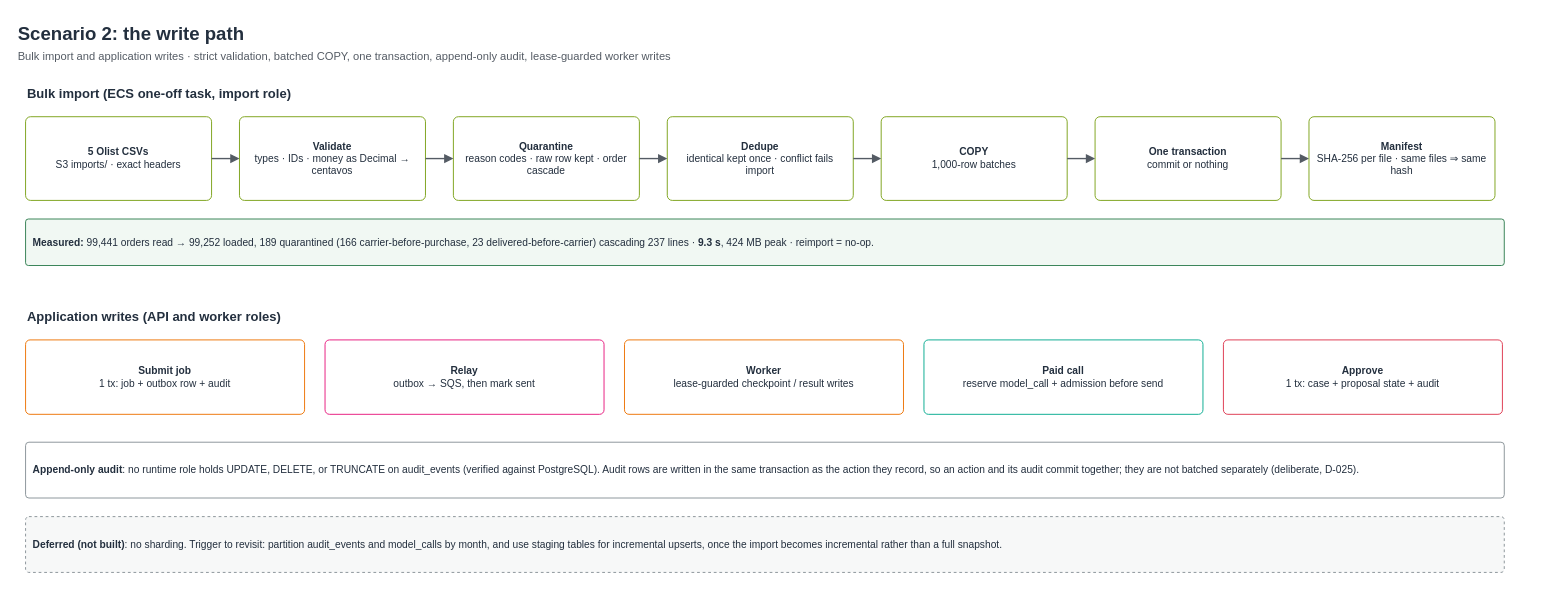
The draw.io diagram docs/diagrams/write-path.drawio in abh2050/ontology-ops, before the edit. Source tidied: cells renumbered, new cells numbered last; positions are measured from the earlier drawing's top-left corner, leaving out a move shared by most shapes. Both pictures are drawn from the tidied source at 93%, with x=0, y=0 at pixel (16, 16).
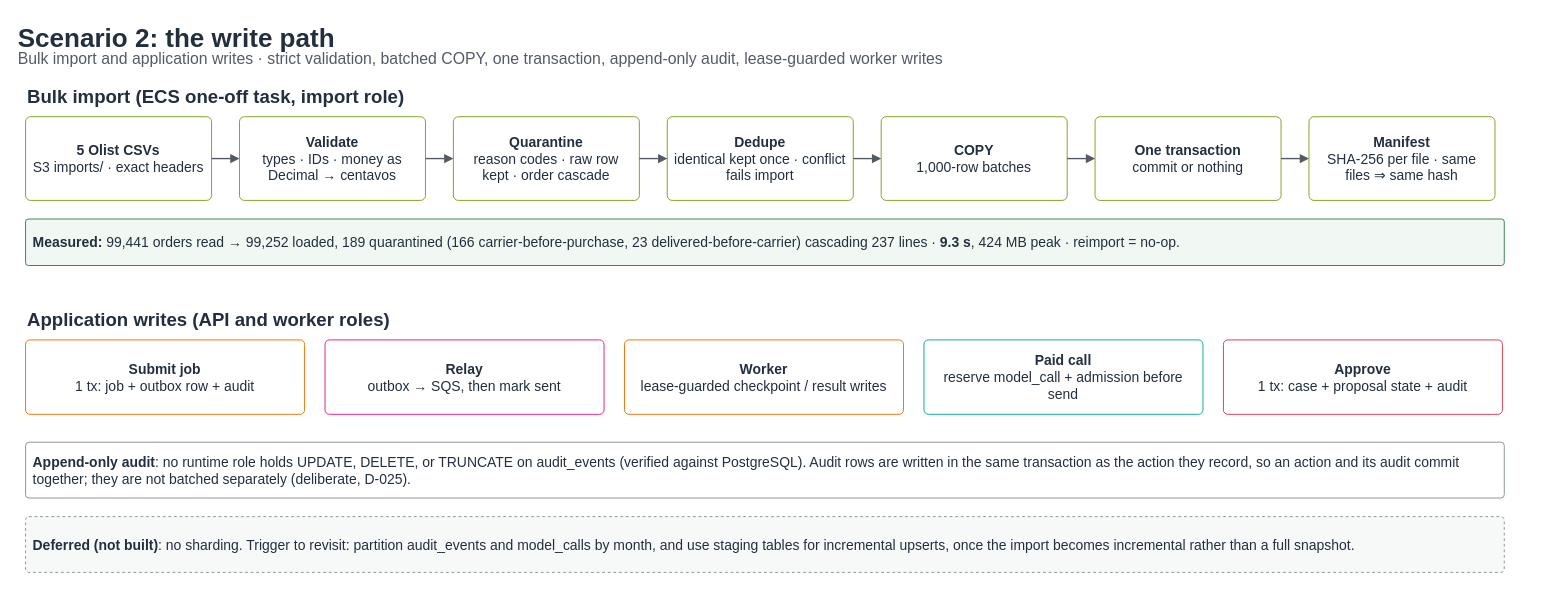
The same diagram, later.

Diff of the diagram source:
```diff
@@
-    <mxCell id="2" value="&lt;b&gt;Scenario 2: the write path&lt;/b&gt;" style="text;html=1;align=left;verticalAlign=top;whiteSpace=wrap;fontSize=20;fontColor=#232F3E;fontStyle=0;" parent="1" vertex="1">
+    <mxCell id="2" value="&lt;b&gt;Scenario 2: the write path&lt;/b&gt;" style="text;html=1;align=left;verticalAlign=top;whiteSpace=wrap;fontSize=28;fontColor=#232F3E;fontStyle=0;" parent="1" vertex="1">
       <mxGeometry width="1640" height="30" as="geometry" />
     </mxCell>
-    <mxCell id="3" value="Bulk import and application writes · strict validation, batched COPY, one transaction, append-only audit, lease-guarded worker writes" style="text;html=1;align=left;verticalAlign=top;whiteSpace=wrap;fontSize=12;fontColor=#545B64;fontStyle=0;" parent="1" vertex="1">
+    <mxCell id="3" value="Bulk import and application writes · strict validation, batched COPY, one transaction, append-only audit, lease-guarded worker writes" style="text;html=1;align=left;verticalAlign=top;whiteSpace=wrap;fontSize=17;fontColor=#545B64;fontStyle=0;" parent="1" vertex="1">
       <mxGeometry y="30" width="1640" height="22" as="geometry" />
     </mxCell>
-    <mxCell id="4" value="&lt;b&gt;Bulk import (ECS one-off task, import role)&lt;/b&gt;" style="text;html=1;align=left;verticalAlign=top;whiteSpace=wrap;fontSize=14;fontColor=#232F3E;fontStyle=0;" parent="1" vertex="1">
+    <mxCell id="4" value="&lt;b&gt;Bulk import (ECS one-off task, import role)&lt;/b&gt;" style="text;html=1;align=left;verticalAlign=top;whiteSpace=wrap;fontSize=20;fontColor=#232F3E;fontStyle=0;" parent="1" vertex="1">
       <mxGeometry x="10" y="68" width="700" height="24" as="geometry" />
     </mxCell>
-    <mxCell id="5" value="&lt;b&gt;5 Olist CSVs&lt;/b&gt;&lt;br&gt;S3 imports/ · exact headers" style="rounded=1;arcSize=6;whiteSpace=wrap;html=1;strokeColor=#7AA116;fillColor=#FFFFFF;fontColor=#232F3E;dashed=0;fontSize=11;align=center;verticalAlign=middle;spacing=8;fontStyle=0;" parent="1" vertex="1">
+    <mxCell id="5" value="&lt;b&gt;5 Olist CSVs&lt;/b&gt;&lt;br&gt;S3 imports/ · exact headers" style="rounded=1;arcSize=6;whiteSpace=wrap;html=1;strokeColor=#7AA116;fillColor=#FFFFFF;fontColor=#232F3E;dashed=0;fontSize=15;align=center;verticalAlign=middle;spacing=8;fontStyle=0;" parent="1" vertex="1">
       <mxGeometry x="10" y="108" width="200" height="90" as="geometry" />
     </mxCell>
-    <mxCell id="6" value="&lt;b&gt;Validate&lt;/b&gt;&lt;br&gt;types · IDs · money as Decimal → centavos" style="rounded=1;arcSize=6;whiteSpace=wrap;html=1;strokeColor=#7AA116;fillColor=#FFFFFF;fontColor=#232F3E;dashed=0;fontSize=11;align=center;verticalAlign=middle;spacing=8;fontStyle=0;" parent="1" vertex="1">
+    <mxCell id="6" value="&lt;b&gt;Validate&lt;/b&gt;&lt;br&gt;types · IDs · money as Decimal → centavos" style="rounded=1;arcSize=6;whiteSpace=wrap;html=1;strokeColor=#7AA116;fillColor=#FFFFFF;fontColor=#232F3E;dashed=0;fontSize=15;align=center;verticalAlign=middle;spacing=8;fontStyle=0;" parent="1" vertex="1">
       <mxGeometry x="240" y="108" width="200" height="90" as="geometry" />
     </mxCell>
-    <mxCell id="7" style="edgeStyle=orthogonalEdgeStyle;rounded=1;html=1;endArrow=block;endFill=1;strokeColor=#545B64;strokeWidth=1.5;dashed=0;fontSize=10;labelBackgroundColor=#ffffff;fontColor=#232F3E;" parent="1" edge="1" source="5" target="6">
+    <mxCell id="7" style="edgeStyle=orthogonalEdgeStyle;rounded=1;html=1;endArrow=block;endFill=1;strokeColor=#545B64;strokeWidth=1.5;dashed=0;fontSize=14;labelBackgroundColor=#ffffff;fontColor=#232F3E;" parent="1" edge="1" source="5" target="6">
       <mxGeometry relative="1" as="geometry" />
     </mxCell>
-    <mxCell id="8" value="&lt;b&gt;Quarantine&lt;/b&gt;&lt;br&gt;reason codes · raw row kept · order cascade" style="rounded=1;arcSize=6;whiteSpace=wrap;html=1;strokeColor=#7AA116;fillColor=#FFFFFF;fontColor=#232F3E;dashed=0;fontSize=11;align=center;verticalAlign=middle;spacing=8;fontStyle=0;" parent="1" vertex="1">
+    <mxCell id="8" value="&lt;b&gt;Quarantine&lt;/b&gt;&lt;br&gt;reason codes · raw row kept · order cascade" style="rounded=1;arcSize=6;whiteSpace=wrap;html=1;strokeColor=#7AA116;fillColor=#FFFFFF;fontColor=#232F3E;dashed=0;fontSize=15;align=center;verticalAlign=middle;spacing=8;fontStyle=0;" parent="1" vertex="1">
       <mxGeometry x="470" y="108" width="200" height="90" as="geometry" />
     </mxCell>
-    <mxCell id="9" style="edgeStyle=orthogonalEdgeStyle;rounded=1;html=1;endArrow=block;endFill=1;strokeColor=#545B64;strokeWidth=1.5;dashed=0;fontSize=10;labelBackgroundColor=#ffffff;fontColor=#232F3E;" parent="1" edge="1" source="6" target="8">
+    <mxCell id="9" style="edgeStyle=orthogonalEdgeStyle;rounded=1;html=1;endArrow=block;endFill=1;strokeColor=#545B64;strokeWidth=1.5;dashed=0;fontSize=14;labelBackgroundColor=#ffffff;fontColor=#232F3E;" parent="1" edge="1" source="6" target="8">
       <mxGeometry relative="1" as="geometry" />
     </mxCell>
-    <mxCell id="10" value="&lt;b&gt;Dedupe&lt;/b&gt;&lt;br&gt;identical kept once · conflict fails import" style="rounded=1;arcSize=6;whiteSpace=wrap;html=1;strokeColor=#7AA116;fillColor=#FFFFFF;fontColor=#232F3E;dashed=0;fontSize=11;align=center;verticalAlign=middle;spacing=8;fontStyle=0;" parent="1" vertex="1">
+    <mxCell id="10" value="&lt;b&gt;Dedupe&lt;/b&gt;&lt;br&gt;identical kept once · conflict fails import" style="rounded=1;arcSize=6;whiteSpace=wrap;html=1;strokeColor=#7AA116;fillColor=#FFFFFF;fontColor=#232F3E;dashed=0;fontSize=15;align=center;verticalAlign=middle;spacing=8;fontStyle=0;" parent="1" vertex="1">
       <mxGeometry x="700" y="108" width="200" height="90" as="geometry" />
     </mxCell>
-    <mxCell id="11" style="edgeStyle=orthogonalEdgeStyle;rounded=1;html=1;endArrow=block;endFill=1;strokeColor=#545B64;strokeWidth=1.5;dashed=0;fontSize=10;labelBackgroundColor=#ffffff;fontColor=#232F3E;" parent="1" edge="1" source="8" target="10">
+    <mxCell id="11" style="edgeStyle=orthogonalEdgeStyle;rounded=1;html=1;endArrow=block;endFill=1;strokeColor=#545B64;strokeWidth=1.5;dashed=0;fontSize=14;labelBackgroundColor=#ffffff;fontColor=#232F3E;" parent="1" edge="1" source="8" target="10">
       <mxGeometry relative="1" as="geometry" />
     </mxCell>
-    <mxCell id="12" value="&lt;b&gt;COPY&lt;/b&gt;&lt;br&gt;1,000-row batches" style="rounded=1;arcSize=6;whiteSpace=wrap;html=1;strokeColor=#7AA116;fillColor=#FFFFFF;fontColor=#232F3E;dashed=0;fontSize=11;align=center;verticalAlign=middle;spacing=8;fontStyle=0;" parent="1" vertex="1">
+    <mxCell id="12" value="&lt;b&gt;COPY&lt;/b&gt;&lt;br&gt;1,000-row batches" style="rounded=1;arcSize=6;whiteSpace=wrap;html=1;strokeColor=#7AA116;fillColor=#FFFFFF;fontColor=#232F3E;dashed=0;fontSize=15;align=center;verticalAlign=middle;spacing=8;fontStyle=0;" parent="1" vertex="1">
       <mxGeometry x="930" y="108" width="200" height="90" as="geometry" />
     </mxCell>
-    <mxCell id="13" style="edgeStyle=orthogonalEdgeStyle;rounded=1;html=1;endArrow=block;endFill=1;strokeColor=#545B64;strokeWidth=1.5;dashed=0;fontSize=10;labelBackgroundColor=#ffffff;fontColor=#232F3E;" parent="1" edge="1" source="10" target="12">
+    <mxCell id="13" style="edgeStyle=orthogonalEdgeStyle;rounded=1;html=1;endArrow=block;endFill=1;strokeColor=#545B64;strokeWidth=1.5;dashed=0;fontSize=14;labelBackgroundColor=#ffffff;fontColor=#232F3E;" parent="1" edge="1" source="10" target="12">
       <mxGeometry relative="1" as="geometry" />
     </mxCell>
-    <mxCell id="14" value="&lt;b&gt;One transaction&lt;/b&gt;&lt;br&gt;commit or nothing" style="rounded=1;arcSize=6;whiteSpace=wrap;html=1;strokeColor=#7AA116;fillColor=#FFFFFF;fontColor=#232F3E;dashed=0;fontSize=11;align=center;verticalAlign=middle;spacing=8;fontStyle=0;" parent="1" vertex="1">
+    <mxCell id="14" value="&lt;b&gt;One transaction&lt;/b&gt;&lt;br&gt;commit or nothing" style="rounded=1;arcSize=6;whiteSpace=wrap;html=1;strokeColor=#7AA116;fillColor=#FFFFFF;fontColor=#232F3E;dashed=0;fontSize=15;align=center;verticalAlign=middle;spacing=8;fontStyle=0;" parent="1" vertex="1">
       <mxGeometry x="1160" y="108" width="200" height="90" as="geometry" />
     </mxCell>
-    <mxCell id="15" style="edgeStyle=orthogonalEdgeStyle;rounded=1;html=1;endArrow=block;endFill=1;strokeColor=#545B64;strokeWidth=1.5;dashed=0;fontSize=10;labelBackgroundColor=#ffffff;fontColor=#232F3E;" parent="1" edge="1" source="12" target="14">
+    <mxCell id="15" style="edgeStyle=orthogonalEdgeStyle;rounded=1;html=1;endArrow=block;endFill=1;strokeColor=#545B64;strokeWidth=1.5;dashed=0;fontSize=14;labelBackgroundColor=#ffffff;fontColor=#232F3E;" parent="1" edge="1" source="12" target="14">
       <mxGeometry relative="1" as="geometry" />
     </mxCell>
-    <mxCell id="16" value="&lt;b&gt;Manifest&lt;/b&gt;&lt;br&gt;SHA-256 per file · same files ⇒ same hash" style="rounded=1;arcSize=6;whiteSpace=wrap;html=1;strokeColor=#7AA116;fillColor=#FFFFFF;fontColor=#232F3E;dashed=0;fontSize=11;align=center;verticalAlign=middle;spacing=8;fontStyle=0;" parent="1" vertex="1">
+    <mxCell id="16" value="&lt;b&gt;Manifest&lt;/b&gt;&lt;br&gt;SHA-256 per file · same files ⇒ same hash" style="rounded=1;arcSize=6;whiteSpace=wrap;html=1;strokeColor=#7AA116;fillColor=#FFFFFF;fontColor=#232F3E;dashed=0;fontSize=15;align=center;verticalAlign=middle;spacing=8;fontStyle=0;" parent="1" vertex="1">
       <mxGeometry x="1390" y="108" width="200" height="90" as="geometry" />
     </mxCell>
-    <mxCell id="17" style="edgeStyle=orthogonalEdgeStyle;rounded=1;html=1;endArrow=block;endFill=1;strokeColor=#545B64;strokeWidth=1.5;dashed=0;fontSize=10;labelBackgroundColor=#ffffff;fontColor=#232F3E;" parent="1" edge="1" source="14" target="16">
+    <mxCell id="17" style="edgeStyle=orthogonalEdgeStyle;rounded=1;html=1;endArrow=block;endFill=1;strokeColor=#545B64;strokeWidth=1.5;dashed=0;fontSize=14;labelBackgroundColor=#ffffff;fontColor=#232F3E;" parent="1" edge="1" source="14" target="16">
       <mxGeometry relative="1" as="geometry" />
     </mxCell>
-    <mxCell id="18" value="&lt;b&gt;Measured:&lt;/b&gt; 99,441 orders read → 99,252 loaded, 189 quarantined (166 carrier-before-purchase, 23 delivered-before-carrier) cascading 237 lines · &lt;b&gt;9.3 s&lt;/b&gt;, 424 MB peak · reimport = no-op." style="rounded=1;arcSize=6;whiteSpace=wrap;html=1;strokeColor=#2F7D4F;fillColor=#F1F8F3;fontColor=#232F3E;dashed=0;fontSize=11;align=left;verticalAlign=middle;spacing=8;fontStyle=0;" parent="1" vertex="1">
+    <mxCell id="18" value="&lt;b&gt;Measured:&lt;/b&gt; 99,441 orders read → 99,252 loaded, 189 quarantined (166 carrier-before-purchase, 23 delivered-before-carrier) cascading 237 lines · &lt;b&gt;9.3 s&lt;/b&gt;, 424 MB peak · reimport = no-op." style="rounded=1;arcSize=6;whiteSpace=wrap;html=1;strokeColor=#2F7D4F;fillColor=#F1F8F3;fontColor=#232F3E;dashed=0;fontSize=15;align=left;verticalAlign=middle;spacing=8;fontStyle=0;" parent="1" vertex="1">
       <mxGeometry x="10" y="218" width="1590" height="50" as="geometry" />
     </mxCell>
-    <mxCell id="19" value="&lt;b&gt;Application writes (API and worker roles)&lt;/b&gt;" style="text;html=1;align=left;verticalAlign=top;whiteSpace=wrap;fontSize=14;fontColor=#232F3E;fontStyle=0;" parent="1" vertex="1">
+    <mxCell id="19" value="&lt;b&gt;Application writes (API and worker roles)&lt;/b&gt;" style="text;html=1;align=left;verticalAlign=top;whiteSpace=wrap;fontSize=20;fontColor=#232F3E;fontStyle=0;" parent="1" vertex="1">
       <mxGeometry x="10" y="308" width="700" height="24" as="geometry" />
     </mxCell>
-    <mxCell id="20" value="&lt;b&gt;Submit job&lt;/b&gt;&lt;br&gt;1 tx: job + outbox row + audit" style="rounded=1;arcSize=6;whiteSpace=wrap;html=1;strokeColor=#ED7100;fillColor=#FFFFFF;fontColor=#232F3E;dashed=0;fontSize=11;align=center;verticalAlign=middle;spacing=8;fontStyle=0;" parent="1" vertex="1">
+    <mxCell id="20" value="&lt;b&gt;Submit job&lt;/b&gt;&lt;br&gt;1 tx: job + outbox row + audit" style="rounded=1;arcSize=6;whiteSpace=wrap;html=1;strokeColor=#ED7100;fillColor=#FFFFFF;fontColor=#232F3E;dashed=0;fontSize=15;align=center;verticalAlign=middle;spacing=8;fontStyle=0;" parent="1" vertex="1">
       <mxGeometry x="10" y="348" width="300" height="80" as="geometry" />
     </mxCell>
-    <mxCell id="21" value="&lt;b&gt;Relay&lt;/b&gt;&lt;br&gt;outbox → SQS, then mark sent" style="rounded=1;arcSize=6;whiteSpace=wrap;html=1;strokeColor=#E7157B;fillColor=#FFFFFF;fontColor=#232F3E;dashed=0;fontSize=11;align=center;verticalAlign=middle;spacing=8;fontStyle=0;" parent="1" vertex="1">
+    <mxCell id="21" value="&lt;b&gt;Relay&lt;/b&gt;&lt;br&gt;outbox → SQS, then mark sent" style="rounded=1;arcSize=6;whiteSpace=wrap;html=1;strokeColor=#E7157B;fillColor=#FFFFFF;fontColor=#232F3E;dashed=0;fontSize=15;align=center;verticalAlign=middle;spacing=8;fontStyle=0;" parent="1" vertex="1">
       <mxGeometry x="332" y="348" width="300" height="80" as="geometry" />
     </mxCell>
-    <mxCell id="22" value="&lt;b&gt;Worker&lt;/b&gt;&lt;br&gt;lease-guarded checkpoint / result writes" style="rounded=1;arcSize=6;whiteSpace=wrap;html=1;strokeColor=#ED7100;fillColor=#FFFFFF;fontColor=#232F3E;dashed=0;fontSize=11;align=center;verticalAlign=middle;spacing=8;fontStyle=0;" parent="1" vertex="1">
+    <mxCell id="22" value="&lt;b&gt;Worker&lt;/b&gt;&lt;br&gt;lease-guarded checkpoint / result writes" style="rounded=1;arcSize=6;whiteSpace=wrap;html=1;strokeColor=#ED7100;fillColor=#FFFFFF;fontColor=#232F3E;dashed=0;fontSize=15;align=center;verticalAlign=middle;spacing=8;fontStyle=0;" parent="1" vertex="1">
       <mxGeometry x="654" y="348" width="300" height="80" as="geometry" />
     </mxCell>
-    <mxCell id="23" value="&lt;b&gt;Paid call&lt;/b&gt;&lt;br&gt;reserve model_call + admission before send" style="rounded=1;arcSize=6;whiteSpace=wrap;html=1;strokeColor=#01A88D;fillColor=#FFFFFF;fontColor=#232F3E;dashed=0;fontSize=11;align=center;verticalAlign=middle;spacing=8;fontStyle=0;" parent="1" vertex="1">
+    <mxCell id="23" value="&lt;b&gt;Paid call&lt;/b&gt;&lt;br&gt;reserve model_call + admission before send" style="rounded=1;arcSize=6;whiteSpace=wrap;html=1;strokeColor=#01A88D;fillColor=#FFFFFF;fontColor=#232F3E;dashed=0;fontSize=15;align=center;verticalAlign=middle;spacing=8;fontStyle=0;" parent="1" vertex="1">
       <mxGeometry x="976" y="348" width="300" height="80" as="geometry" />
     </mxCell>
-    <mxCell id="24" value="&lt;b&gt;Approve&lt;/b&gt;&lt;br&gt;1 tx: case + proposal state + audit" style="rounded=1;arcSize=6;whiteSpace=wrap;html=1;strokeColor=#DD344C;fillColor=#FFFFFF;fontColor=#232F3E;dashed=0;fontSize=11;align=center;verticalAlign=middle;spacing=8;fontStyle=0;" parent="1" vertex="1">
+    <mxCell id="24" value="&lt;b&gt;Approve&lt;/b&gt;&lt;br&gt;1 tx: case + proposal state + audit" style="rounded=1;arcSize=6;whiteSpace=wrap;html=1;strokeColor=#DD344C;fillColor=#FFFFFF;fontColor=#232F3E;dashed=0;fontSize=15;align=center;verticalAlign=middle;spacing=8;fontStyle=0;" parent="1" vertex="1">
       <mxGeometry x="1298" y="348" width="300" height="80" as="geometry" />
     </mxCell>
-    <mxCell id="25" value="&lt;b&gt;Append-only audit&lt;/b&gt;: no runtime role holds UPDATE, DELETE, or TRUNCATE on audit_events (verified against PostgreSQL). Audit rows are written in the same transaction as the action they record, so an action and its audit commit together; they are not batched separately (deliberate, D-025)." style="rounded=1;arcSize=6;whiteSpace=wrap;html=1;strokeColor=#879196;fillColor=#FFFFFF;fontColor=#232F3E;dashed=0;fontSize=11;align=left;verticalAlign=middle;spacing=8;fontStyle=0;" parent="1" vertex="1">
+    <mxCell id="25" value="&lt;b&gt;Append-only audit&lt;/b&gt;: no runtime role holds UPDATE, DELETE, or TRUNCATE on audit_events (verified against PostgreSQL). Audit rows are written in the same transaction as the action they record, so an action and its audit commit together; they are not batched separately (deliberate, D-025)." style="rounded=1;arcSize=6;whiteSpace=wrap;html=1;strokeColor=#879196;fillColor=#FFFFFF;fontColor=#232F3E;dashed=0;fontSize=15;align=left;verticalAlign=middle;spacing=8;fontStyle=0;" parent="1" vertex="1">
       <mxGeometry x="10" y="458" width="1590" height="60" as="geometry" />
     </mxCell>
-    <mxCell id="26" value="&lt;b&gt;Deferred (not built)&lt;/b&gt;: no sharding. Trigger to revisit: partition audit_events and model_calls by month, and use staging tables for incremental upserts, once the import becomes incremental rather than a full snapshot." style="rounded=1;arcSize=6;whiteSpace=wrap;html=1;strokeColor=#879196;fillColor=#F7F8F8;fontColor=#232F3E;dashed=1;fontSize=11;align=left;verticalAlign=middle;spacing=8;fontStyle=0;" parent="1" vertex="1">
+    <mxCell id="26" value="&lt;b&gt;Deferred (not built)&lt;/b&gt;: no sharding. Trigger to revisit: partition audit_events and model_calls by month, and use staging tables for incremental upserts, once the import becomes incremental rather than a full snapshot." style="rounded=1;arcSize=6;whiteSpace=wrap;html=1;strokeColor=#879196;fillColor=#F7F8F8;fontColor=#232F3E;dashed=1;fontSize=15;align=left;verticalAlign=middle;spacing=8;fontStyle=0;" parent="1" vertex="1">
       <mxGeometry x="10" y="538" width="1590" height="60" as="geometry" />
     </mxCell>
```
